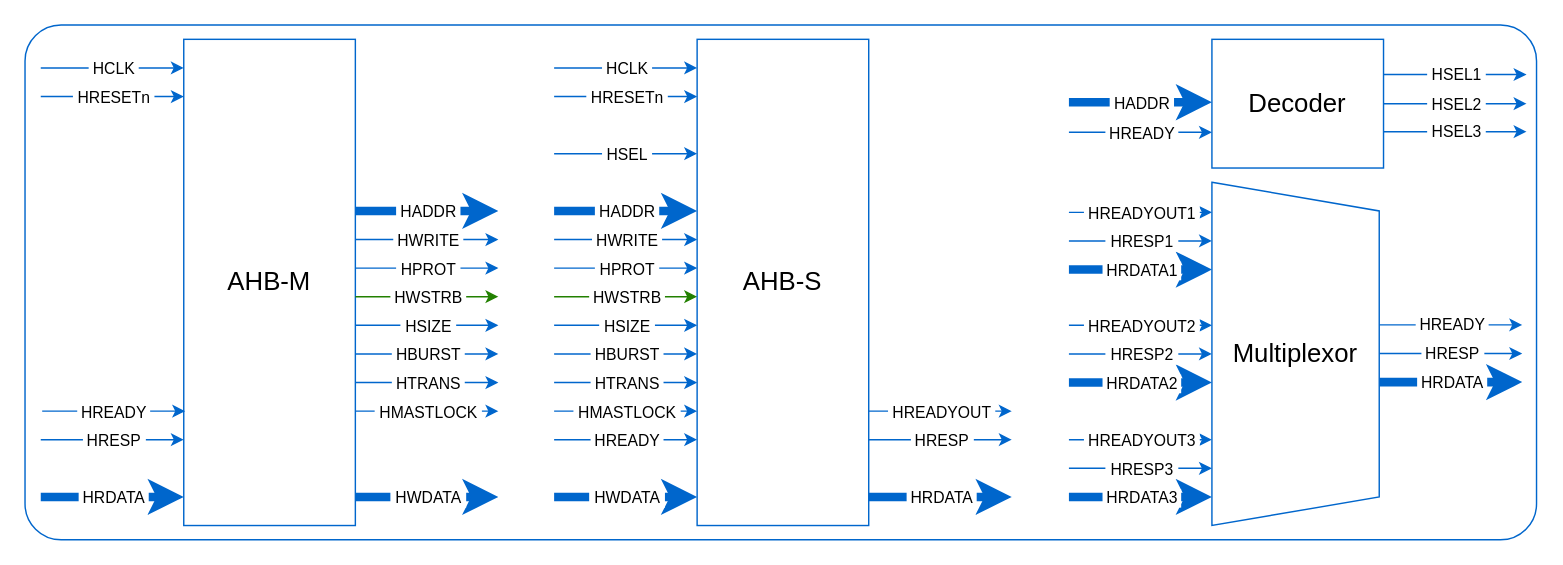
rodrigomelo9/amba keeps this draw.io diagram as images/ahb/ahb-interface.drawio. Above is the earlier version. Source tidied: cells renumbered, new cells numbered last; positions are measured from the earlier drawing's top-left corner, leaving out a move shared by most shapes. Both pictures are drawn from the tidied source at 143%, with x=0, y=0 at pixel (24, 24).
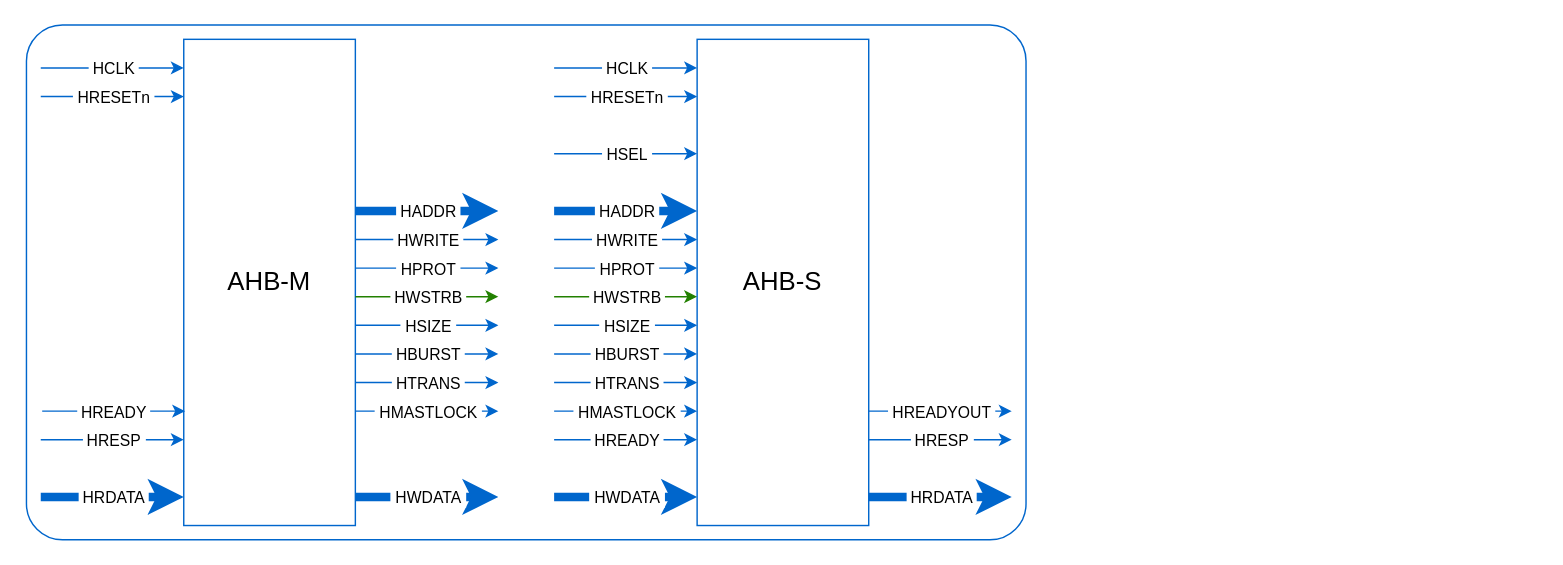
The same diagram, later.

Commit message (it also covers changes not shown here):
Simplified 'ahb-interface', added 'ahb-interconnection'

Diff of the diagram source:
```diff
@@
     <mxCell id="2" style="rounded=1;whiteSpace=wrap;html=1;strokeColor=#0066CC;fontSize=18;arcSize=7;" parent="1" vertex="1">
-      <mxGeometry width="1057" height="360" as="geometry" />
+      <mxGeometry x="1" width="699" height="360" as="geometry" />
     </mxCell>
@@
-    <mxCell id="65" value="&lt;font style=&quot;font-size: 18px;&quot;&gt;Decoder&lt;/font&gt;" style="rounded=0;whiteSpace=wrap;html=1;strokeColor=#0066CC;" parent="1" vertex="1">
-      <mxGeometry x="830" y="10" width="120" height="90" as="geometry" />
-    </mxCell>
-    <mxCell id="66" style="endArrow=classic;html=1;rounded=0;strokeColor=#0066CC;" parent="1" edge="1">
-      <mxGeometry relative="1" as="geometry">
-        <mxPoint x="950" y="55" as="sourcePoint" />
-        <mxPoint x="1050" y="55" as="targetPoint" />
-      </mxGeometry>
-    </mxCell>
-    <mxCell id="67" value="&amp;nbsp;HSEL2&amp;nbsp;" style="edgeLabel;html=1;align=center;verticalAlign=middle;strokeColor=#0066CC;" parent="66" vertex="1">
-      <mxGeometry relative="1" as="geometry" />
-    </mxCell>
-    <mxCell id="68" style="endArrow=classic;html=1;rounded=0;strokeWidth=6;strokeColor=#0066CC;" parent="1" edge="1">
-      <mxGeometry relative="1" as="geometry">
-        <mxPoint x="730" y="54" as="sourcePoint" />
-        <mxPoint x="830" y="54" as="targetPoint" />
-      </mxGeometry>
-    </mxCell>
-    <mxCell id="69" value="&amp;nbsp;HADDR&amp;nbsp;" style="edgeLabel;html=1;align=center;verticalAlign=middle;strokeColor=#0066CC;" parent="68" vertex="1">
-      <mxGeometry relative="1" as="geometry" />
-    </mxCell>
-    <mxCell id="70" style="endArrow=classic;html=1;rounded=0;strokeWidth=6;strokeColor=#0066CC;" parent="1" edge="1">
-      <mxGeometry relative="1" as="geometry">
-        <mxPoint x="730" y="330" as="sourcePoint" />
-        <mxPoint x="830" y="330" as="targetPoint" />
-      </mxGeometry>
-    </mxCell>
-    <mxCell id="71" value="&amp;nbsp;HRDATA3&amp;nbsp;" style="edgeLabel;html=1;align=center;verticalAlign=middle;strokeColor=#0066CC;" parent="70" vertex="1">
-      <mxGeometry relative="1" as="geometry" />
-    </mxCell>
-    <mxCell id="72" style="endArrow=classic;html=1;rounded=0;strokeColor=#0066CC;" parent="1" edge="1">
-      <mxGeometry relative="1" as="geometry">
-        <mxPoint x="730" y="290" as="sourcePoint" />
-        <mxPoint x="830" y="290" as="targetPoint" />
-      </mxGeometry>
-    </mxCell>
-    <mxCell id="73" value="&amp;nbsp;HREADYOUT3&amp;nbsp;" style="edgeLabel;html=1;align=center;verticalAlign=middle;strokeColor=#0066CC;" parent="72" vertex="1">
-      <mxGeometry relative="1" as="geometry" />
-    </mxCell>
-    <mxCell id="74" style="endArrow=classic;html=1;rounded=0;strokeColor=#0066CC;" parent="1" edge="1">
-      <mxGeometry relative="1" as="geometry">
-        <mxPoint x="730" y="310" as="sourcePoint" />
-        <mxPoint x="830" y="310" as="targetPoint" />
-      </mxGeometry>
-    </mxCell>
-    <mxCell id="75" value="&amp;nbsp;HRESP3&amp;nbsp;" style="edgeLabel;html=1;align=center;verticalAlign=middle;strokeColor=#0066CC;" parent="74" vertex="1">
-      <mxGeometry relative="1" as="geometry" />
-    </mxCell>
-    <mxCell id="76" style="endArrow=classic;html=1;rounded=0;strokeColor=#0066CC;" parent="1" edge="1">
-      <mxGeometry relative="1" as="geometry">
-        <mxPoint x="950" y="34.6" as="sourcePoint" />
-        <mxPoint x="1050" y="34.6" as="targetPoint" />
-      </mxGeometry>
-    </mxCell>
-    <mxCell id="77" value="&amp;nbsp;HSEL1&amp;nbsp;" style="edgeLabel;html=1;align=center;verticalAlign=middle;strokeColor=#0066CC;" parent="76" vertex="1">
-      <mxGeometry relative="1" as="geometry" />
-    </mxCell>
-    <mxCell id="78" style="endArrow=classic;html=1;rounded=0;strokeColor=#0066CC;" parent="1" edge="1">
-      <mxGeometry relative="1" as="geometry">
-        <mxPoint x="950" y="74.6" as="sourcePoint" />
-        <mxPoint x="1050" y="74.6" as="targetPoint" />
-      </mxGeometry>
-    </mxCell>
-    <mxCell id="79" value="&amp;nbsp;HSEL3&amp;nbsp;" style="edgeLabel;html=1;align=center;verticalAlign=middle;strokeColor=#0066CC;" parent="78" vertex="1">
-      <mxGeometry relative="1" as="geometry" />
-    </mxCell>
-    <mxCell id="80" style="endArrow=classic;html=1;rounded=0;strokeWidth=6;strokeColor=#0066CC;" parent="1" edge="1">
-      <mxGeometry relative="1" as="geometry">
-        <mxPoint x="730" y="250" as="sourcePoint" />
-        <mxPoint x="830" y="250" as="targetPoint" />
-      </mxGeometry>
-    </mxCell>
-    <mxCell id="81" value="&amp;nbsp;HRDATA2&amp;nbsp;" style="edgeLabel;html=1;align=center;verticalAlign=middle;strokeColor=#0066CC;" parent="80" vertex="1">
-      <mxGeometry relative="1" as="geometry" />
-    </mxCell>
-    <mxCell id="82" style="endArrow=classic;html=1;rounded=0;strokeColor=#0066CC;" parent="1" edge="1">
-      <mxGeometry relative="1" as="geometry">
-        <mxPoint x="730" y="210" as="sourcePoint" />
-        <mxPoint x="830" y="210" as="targetPoint" />
-      </mxGeometry>
-    </mxCell>
-    <mxCell id="83" value="&amp;nbsp;HREADYOUT2&amp;nbsp;" style="edgeLabel;html=1;align=center;verticalAlign=middle;strokeColor=#0066CC;" parent="82" vertex="1">
-      <mxGeometry relative="1" as="geometry" />
-    </mxCell>
-    <mxCell id="84" style="endArrow=classic;html=1;rounded=0;strokeColor=#0066CC;" parent="1" edge="1">
-      <mxGeometry relative="1" as="geometry">
-        <mxPoint x="730" y="230" as="sourcePoint" />
-        <mxPoint x="830" y="230" as="targetPoint" />
-      </mxGeometry>
-    </mxCell>
-    <mxCell id="85" value="&amp;nbsp;HRESP2&amp;nbsp;" style="edgeLabel;html=1;align=center;verticalAlign=middle;strokeColor=#0066CC;" parent="84" vertex="1">
-      <mxGeometry relative="1" as="geometry" />
-    </mxCell>
-    <mxCell id="86" style="endArrow=classic;html=1;rounded=0;strokeWidth=6;strokeColor=#0066CC;" parent="1" edge="1">
-      <mxGeometry relative="1" as="geometry">
-        <mxPoint x="730" y="171" as="sourcePoint" />
-        <mxPoint x="830" y="171" as="targetPoint" />
-      </mxGeometry>
-    </mxCell>
-    <mxCell id="87" value="&amp;nbsp;HRDATA1&amp;nbsp;" style="edgeLabel;html=1;align=center;verticalAlign=middle;strokeColor=#0066CC;" parent="86" vertex="1">
-      <mxGeometry relative="1" as="geometry" />
-    </mxCell>
-    <mxCell id="88" style="endArrow=classic;html=1;rounded=0;strokeColor=#0066CC;" parent="1" edge="1">
-      <mxGeometry relative="1" as="geometry">
-        <mxPoint x="730" y="131" as="sourcePoint" />
-        <mxPoint x="830" y="131" as="targetPoint" />
-      </mxGeometry>
-    </mxCell>
-    <mxCell id="89" value="&amp;nbsp;HREADYOUT1&amp;nbsp;" style="edgeLabel;html=1;align=center;verticalAlign=middle;strokeColor=#0066CC;" parent="88" vertex="1">
-      <mxGeometry relative="1" as="geometry" />
-    </mxCell>
-    <mxCell id="90" style="endArrow=classic;html=1;rounded=0;strokeColor=#0066CC;" parent="1" edge="1">
-      <mxGeometry relative="1" as="geometry">
-        <mxPoint x="730" y="151" as="sourcePoint" />
-        <mxPoint x="830" y="151" as="targetPoint" />
-      </mxGeometry>
-    </mxCell>
-    <mxCell id="91" value="&amp;nbsp;HRESP1&amp;nbsp;" style="edgeLabel;html=1;align=center;verticalAlign=middle;strokeColor=#0066CC;" parent="90" vertex="1">
-      <mxGeometry relative="1" as="geometry" />
-    </mxCell>
-    <mxCell id="92" value="&lt;font style=&quot;font-size: 18px;&quot;&gt;Multiplexor&lt;/font&gt;" style="shape=trapezoid;perimeter=trapezoidPerimeter;whiteSpace=wrap;html=1;fixedSize=1;direction=south;strokeColor=#0066CC;" parent="1" vertex="1">
-      <mxGeometry x="830" y="110" width="117" height="240" as="geometry" />
-    </mxCell>
-    <mxCell id="93" style="endArrow=classic;html=1;rounded=0;strokeWidth=6;strokeColor=#0066CC;" parent="1" edge="1">
-      <mxGeometry relative="1" as="geometry">
-        <mxPoint x="947" y="249.7" as="sourcePoint" />
-        <mxPoint x="1047" y="249.7" as="targetPoint" />
-      </mxGeometry>
-    </mxCell>
-    <mxCell id="94" value="&amp;nbsp;HRDATA&amp;nbsp;" style="edgeLabel;html=1;align=center;verticalAlign=middle;strokeColor=#0066CC;" parent="93" vertex="1">
-      <mxGeometry relative="1" as="geometry" />
-    </mxCell>
-    <mxCell id="95" style="endArrow=classic;html=1;rounded=0;strokeColor=#0066CC;" parent="1" edge="1">
-      <mxGeometry relative="1" as="geometry">
-        <mxPoint x="947" y="209.7" as="sourcePoint" />
-        <mxPoint x="1047" y="209.7" as="targetPoint" />
-      </mxGeometry>
-    </mxCell>
-    <mxCell id="96" value="&amp;nbsp;HREADY&amp;nbsp;" style="edgeLabel;html=1;align=center;verticalAlign=middle;strokeColor=#0066CC;" parent="95" vertex="1">
-      <mxGeometry relative="1" as="geometry" />
-    </mxCell>
-    <mxCell id="97" style="endArrow=classic;html=1;rounded=0;strokeColor=#0066CC;" parent="1" edge="1">
-      <mxGeometry relative="1" as="geometry">
-        <mxPoint x="947" y="229.7" as="sourcePoint" />
-        <mxPoint x="1047" y="229.7" as="targetPoint" />
-      </mxGeometry>
-    </mxCell>
-    <mxCell id="98" value="&amp;nbsp;HRESP&amp;nbsp;" style="edgeLabel;html=1;align=center;verticalAlign=middle;strokeColor=#0066CC;" parent="97" vertex="1">
-      <mxGeometry relative="1" as="geometry" />
-    </mxCell>
-    <mxCell id="99" style="endArrow=classic;html=1;rounded=0;strokeColor=#0066CC;" parent="1" edge="1">
-      <mxGeometry relative="1" as="geometry">
-        <mxPoint x="730" y="75" as="sourcePoint" />
-        <mxPoint x="830" y="75" as="targetPoint" />
-      </mxGeometry>
-    </mxCell>
-    <mxCell id="100" value="&amp;nbsp;HREADY&amp;nbsp;" style="edgeLabel;html=1;align=center;verticalAlign=middle;strokeColor=#0066CC;" parent="99" vertex="1">
-      <mxGeometry relative="1" as="geometry" />
-    </mxCell>
```
